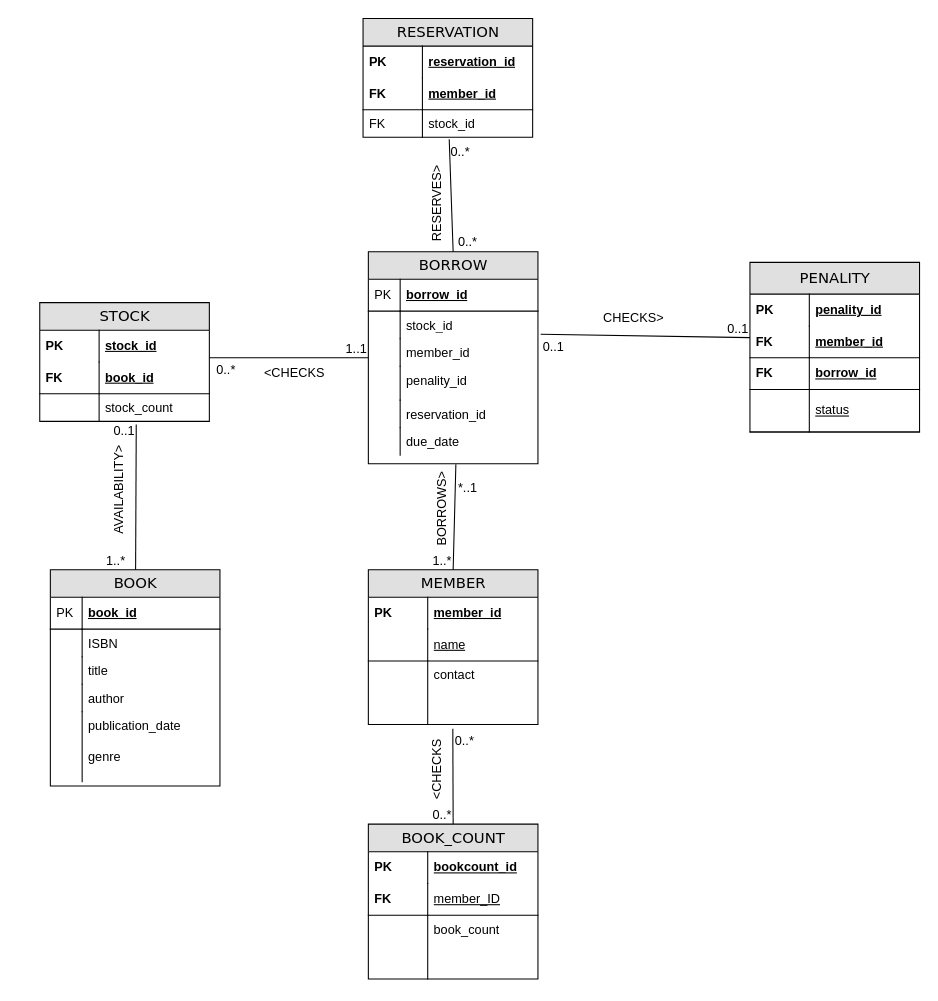
kaushik315/MScComputingDS keeps this draw.io diagram as erdiagram.drawio. Above is the earlier version. Source tidied: cells renumbered, new cells numbered last; positions are measured from the earlier drawing's top-left corner, leaving out a move shared by most shapes. Both pictures are drawn from the tidied source at 106%, with x=0, y=0 at pixel (39, 18).
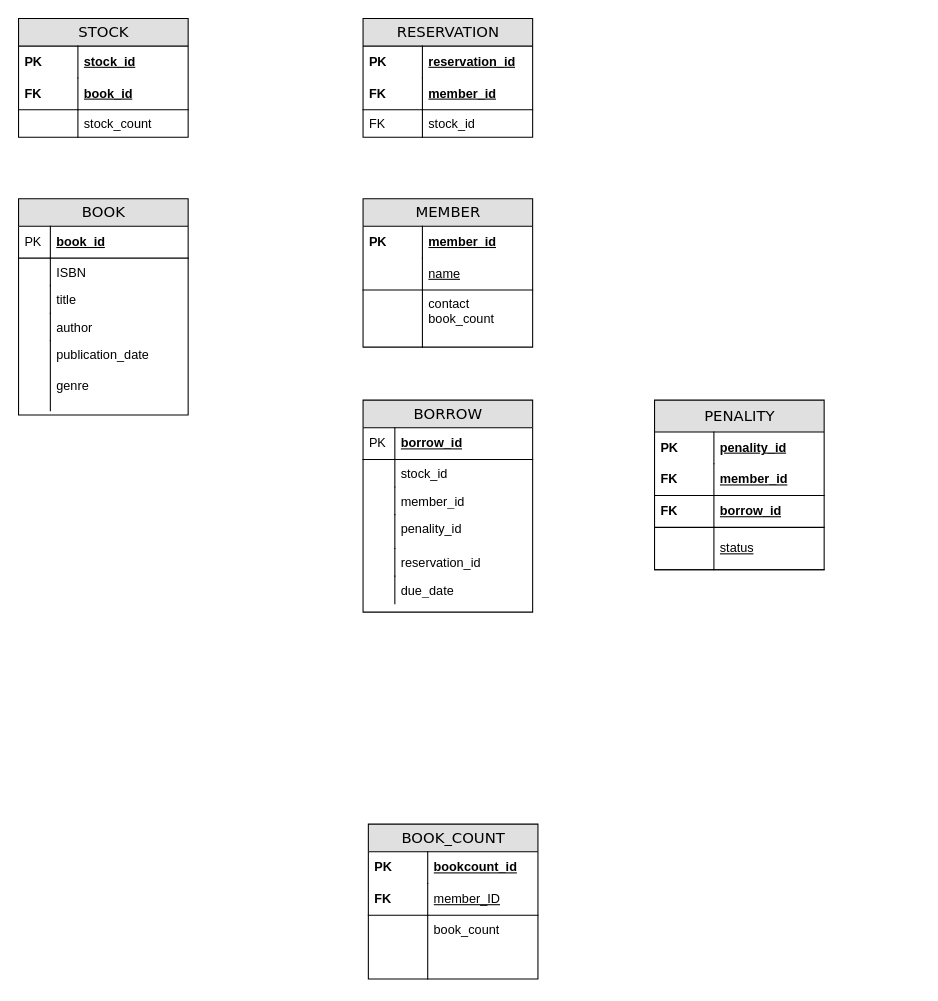
After the change.

The change refers to these unchanged cells:
```xml
<mxCell id="7" value="stock_count" style="shape=partialRectangle;top=0;left=0;right=0;bottom=0;html=1;align=left;verticalAlign=top;fillColor=none;spacingLeft=60;spacingRight=4;whiteSpace=wrap;overflow=hidden;points=[[0,0.5],[1,0.5]];portConstraint=eastwest;" parent="2" vertex="1">
  <mxGeometry y="86" width="160" height="26" as="geometry" />
</mxCell>
<mxCell id="39" value="stock_id" style="shape=partialRectangle;top=0;left=0;right=0;bottom=0;html=1;align=left;verticalAlign=top;fillColor=none;spacingLeft=34;spacingRight=4;whiteSpace=wrap;overflow=hidden;points=[[0,0.5],[1,0.5]];portConstraint=eastwest;" parent="36" vertex="1">
  <mxGeometry y="56" width="160" height="26" as="geometry" />
</mxCell>
<mxCell id="67" value="BOOK_COUNT" style="swimlane;html=1;fontStyle=0;horizontal=1;startSize=26;fillColor=#e0e0e0;swimlaneFillColor=#ffffff;align=center;rounded=0;shadow=0;comic=0;labelBackgroundColor=none;strokeWidth=1;fontFamily=Verdana;fontSize=14;" parent="1" vertex="1">
  <mxGeometry x="310" y="760" width="160" height="146" as="geometry" />
</mxCell>
<mxCell id="83" value="stock_id" style="shape=partialRectangle;top=0;left=0;right=0;bottom=0;html=1;align=left;verticalAlign=top;fillColor=none;spacingLeft=60;spacingRight=4;whiteSpace=wrap;overflow=hidden;points=[[0,0.5],[1,0.5]];portConstraint=eastwest;" parent="78" vertex="1">
  <mxGeometry y="86" width="160" height="26" as="geometry" />
</mxCell>
```

Change to the diagram source:
```diff
@@
     <mxCell id="2" value="STOCK" style="swimlane;html=1;fontStyle=0;horizontal=1;startSize=26;fillColor=#e0e0e0;swimlaneFillColor=#ffffff;align=center;rounded=0;shadow=0;comic=0;labelBackgroundColor=none;strokeWidth=1;fontFamily=Verdana;fontSize=14;" parent="1" vertex="1">
-      <mxGeometry y="268" width="160" height="112" as="geometry" />
+      <mxGeometry x="-20" width="160" height="112" as="geometry" />
     </mxCell>
@@
     <mxCell id="9" value="MEMBER" style="swimlane;html=1;fontStyle=0;horizontal=1;startSize=26;fillColor=#e0e0e0;swimlaneFillColor=#ffffff;align=center;rounded=0;shadow=0;comic=0;labelBackgroundColor=none;strokeWidth=1;fontFamily=Verdana;fontSize=14;" parent="1" vertex="1">
-      <mxGeometry x="310" y="520" width="160" height="146" as="geometry" />
+      <mxGeometry x="305" y="170" width="160" height="140" as="geometry" />
     </mxCell>
@@
-    <mxCell id="14" value="contact&lt;br&gt;" style="shape=partialRectangle;top=0;left=0;right=0;bottom=0;html=1;align=left;verticalAlign=top;fillColor=none;spacingLeft=60;spacingRight=4;whiteSpace=wrap;overflow=hidden;points=[[0,0.5],[1,0.5]];portConstraint=eastwest;" parent="9" vertex="1">
-      <mxGeometry y="86" width="160" height="60" as="geometry" />
+    <mxCell id="14" value="contact&lt;br&gt;book_count" style="shape=partialRectangle;top=0;left=0;right=0;bottom=0;html=1;align=left;verticalAlign=top;fillColor=none;spacingLeft=60;spacingRight=4;whiteSpace=wrap;overflow=hidden;points=[[0,0.5],[1,0.5]];portConstraint=eastwest;" parent="9" vertex="1">
+      <mxGeometry y="86" width="160" height="54" as="geometry" />
     </mxCell>
     <mxCell id="15" style="shape=partialRectangle;top=0;left=0;bottom=0;html=1;fillColor=none;align=left;verticalAlign=top;spacingLeft=4;spacingRight=4;whiteSpace=wrap;overflow=hidden;" parent="14" vertex="1">
-      <mxGeometry width="56" height="60" as="geometry" />
+      <mxGeometry width="56" height="54" as="geometry" />
     </mxCell>
     <mxCell id="16" value="PENALITY" style="swimlane;html=1;fontStyle=0;horizontal=1;startSize=30;fillColor=#e0e0e0;swimlaneFillColor=#ffffff;align=center;rounded=0;shadow=0;comic=0;labelBackgroundColor=none;strokeWidth=1;fontFamily=Verdana;fontSize=14;" parent="1" vertex="1">
-      <mxGeometry x="670" y="230" width="160" height="160" as="geometry" />
+      <mxGeometry x="580" y="360" width="160" height="160" as="geometry" />
     </mxCell>
@@
-    <mxCell id="25" value="BOOK" style="swimlane;html=1;fontStyle=0;horizontal=1;startSize=26;fillColor=#e0e0e0;swimlaneFillColor=#ffffff;align=center;rounded=0;shadow=0;comic=0;labelBackgroundColor=none;strokeWidth=1;fontFamily=Verdana;fontSize=14;" parent="1" vertex="1">
-      <mxGeometry x="10" y="520" width="160" height="204" as="geometry" />
+    <mxCell id="25" value="BOOK" style="swimlane;html=1;fontStyle=0;horizontal=1;startSize=26;fillColor=#e0e0e0;swimlaneFillColor=#ffffff;align=center;rounded=0;shadow=0;comic=0;labelBackgroundColor=none;strokeWidth=1;fontFamily=Verdana;fontSize=14;rotation=0;" parent="1" vertex="1">
+      <mxGeometry x="-20" y="170" width="160" height="204" as="geometry" />
     </mxCell>
-    <mxCell id="26" value="book_id" style="shape=partialRectangle;top=0;left=0;right=0;bottom=1;html=1;align=left;verticalAlign=middle;fillColor=none;spacingLeft=34;spacingRight=4;whiteSpace=wrap;overflow=hidden;fontStyle=5;" parent="25" vertex="1">
+    <mxCell id="26" value="book_id" style="shape=partialRectangle;top=0;left=0;right=0;bottom=1;html=1;align=left;verticalAlign=middle;fillColor=none;spacingLeft=34;spacingRight=4;whiteSpace=wrap;overflow=hidden;fontStyle=5;rotation=0;" parent="25" vertex="1">
       <mxGeometry y="26" width="160" height="30" as="geometry" />
     </mxCell>
-    <mxCell id="27" value="PK" style="shape=partialRectangle;top=0;left=0;bottom=0;html=1;fillColor=none;align=left;verticalAlign=middle;spacingLeft=4;spacingRight=4;whiteSpace=wrap;overflow=hidden;" parent="26" vertex="1">
+    <mxCell id="27" value="PK" style="shape=partialRectangle;top=0;left=0;bottom=0;html=1;fillColor=none;align=left;verticalAlign=middle;spacingLeft=4;spacingRight=4;whiteSpace=wrap;overflow=hidden;rotation=0;" parent="26" vertex="1">
       <mxGeometry width="30" height="30" as="geometry" />
     </mxCell>
-    <mxCell id="28" value="ISBN" style="shape=partialRectangle;top=0;left=0;right=0;bottom=0;html=1;align=left;verticalAlign=top;fillColor=none;spacingLeft=34;spacingRight=4;whiteSpace=wrap;overflow=hidden;" parent="25" vertex="1">
+    <mxCell id="28" value="ISBN" style="shape=partialRectangle;top=0;left=0;right=0;bottom=0;html=1;align=left;verticalAlign=top;fillColor=none;spacingLeft=34;spacingRight=4;whiteSpace=wrap;overflow=hidden;rotation=0;" parent="25" vertex="1">
       <mxGeometry y="56" width="160" height="26" as="geometry" />
     </mxCell>
-    <mxCell id="29" style="shape=partialRectangle;top=0;left=0;bottom=0;html=1;fillColor=none;align=left;verticalAlign=top;spacingLeft=4;spacingRight=4;whiteSpace=wrap;overflow=hidden;" parent="28" vertex="1">
+    <mxCell id="29" style="shape=partialRectangle;top=0;left=0;bottom=0;html=1;fillColor=none;align=left;verticalAlign=top;spacingLeft=4;spacingRight=4;whiteSpace=wrap;overflow=hidden;rotation=0;" parent="28" vertex="1">
       <mxGeometry width="30" height="26" as="geometry" />
     </mxCell>
-    <mxCell id="30" value="title" style="shape=partialRectangle;top=0;left=0;right=0;bottom=0;html=1;align=left;verticalAlign=top;fillColor=none;spacingLeft=34;spacingRight=4;whiteSpace=wrap;overflow=hidden;" parent="25" vertex="1">
+    <mxCell id="30" value="title" style="shape=partialRectangle;top=0;left=0;right=0;bottom=0;html=1;align=left;verticalAlign=top;fillColor=none;spacingLeft=34;spacingRight=4;whiteSpace=wrap;overflow=hidden;rotation=0;" parent="25" vertex="1">
       <mxGeometry y="82" width="160" height="26" as="geometry" />
     </mxCell>
-    <mxCell id="31" style="shape=partialRectangle;top=0;left=0;bottom=0;html=1;fillColor=none;align=left;verticalAlign=top;spacingLeft=4;spacingRight=4;whiteSpace=wrap;overflow=hidden;" parent="30" vertex="1">
+    <mxCell id="31" style="shape=partialRectangle;top=0;left=0;bottom=0;html=1;fillColor=none;align=left;verticalAlign=top;spacingLeft=4;spacingRight=4;whiteSpace=wrap;overflow=hidden;rotation=0;" parent="30" vertex="1">
       <mxGeometry width="30" height="26" as="geometry" />
     </mxCell>
-    <mxCell id="32" value="author" style="shape=partialRectangle;top=0;left=0;right=0;bottom=0;html=1;align=left;verticalAlign=top;fillColor=none;spacingLeft=34;spacingRight=4;whiteSpace=wrap;overflow=hidden;" parent="25" vertex="1">
+    <mxCell id="32" value="author" style="shape=partialRectangle;top=0;left=0;right=0;bottom=0;html=1;align=left;verticalAlign=top;fillColor=none;spacingLeft=34;spacingRight=4;whiteSpace=wrap;overflow=hidden;rotation=0;" parent="25" vertex="1">
       <mxGeometry y="108" width="160" height="26" as="geometry" />
     </mxCell>
-    <mxCell id="33" style="shape=partialRectangle;top=0;left=0;bottom=0;html=1;fillColor=none;align=left;verticalAlign=top;spacingLeft=4;spacingRight=4;whiteSpace=wrap;overflow=hidden;" parent="32" vertex="1">
+    <mxCell id="33" style="shape=partialRectangle;top=0;left=0;bottom=0;html=1;fillColor=none;align=left;verticalAlign=top;spacingLeft=4;spacingRight=4;whiteSpace=wrap;overflow=hidden;rotation=0;" parent="32" vertex="1">
       <mxGeometry width="30" height="26" as="geometry" />
     </mxCell>
-    <mxCell id="34" value="publication_date&lt;br&gt;&lt;br&gt;genre&lt;br&gt;" style="shape=partialRectangle;top=0;left=0;right=0;bottom=0;html=1;align=left;verticalAlign=top;fillColor=none;spacingLeft=34;spacingRight=4;whiteSpace=wrap;overflow=hidden;" parent="25" vertex="1">
+    <mxCell id="34" value="publication_date&lt;br&gt;&lt;br&gt;genre&lt;br&gt;" style="shape=partialRectangle;top=0;left=0;right=0;bottom=0;html=1;align=left;verticalAlign=top;fillColor=none;spacingLeft=34;spacingRight=4;whiteSpace=wrap;overflow=hidden;rotation=0;" parent="25" vertex="1">
       <mxGeometry y="134" width="160" height="66" as="geometry" />
     </mxCell>
-    <mxCell id="35" style="shape=partialRectangle;top=0;left=0;bottom=0;html=1;fillColor=none;align=left;verticalAlign=top;spacingLeft=4;spacingRight=4;whiteSpace=wrap;overflow=hidden;" parent="34" vertex="1">
+    <mxCell id="35" style="shape=partialRectangle;top=0;left=0;bottom=0;html=1;fillColor=none;align=left;verticalAlign=top;spacingLeft=4;spacingRight=4;whiteSpace=wrap;overflow=hidden;rotation=0;" parent="34" vertex="1">
       <mxGeometry width="30" height="66" as="geometry" />
     </mxCell>
     <mxCell id="36" value="BORROW" style="swimlane;html=1;fontStyle=0;horizontal=1;startSize=26;fillColor=#e0e0e0;swimlaneFillColor=#ffffff;align=center;rounded=0;shadow=0;comic=0;labelBackgroundColor=none;strokeWidth=1;fontFamily=Verdana;fontSize=14;" parent="1" vertex="1">
-      <mxGeometry x="310" y="220" width="160" height="200" as="geometry" />
+      <mxGeometry x="305" y="360" width="160" height="200" as="geometry" />
     </mxCell>
@@
-    <mxCell id="49" style="endArrow=none;html=1;rounded=0;entryX=0.5;entryY=0;entryDx=0;entryDy=0;exitX=0.972;exitY=0.919;exitDx=0;exitDy=0;exitPerimeter=0;" parent="1" edge="1" source="58" target="9">
-      <mxGeometry relative="1" as="geometry" />
-    </mxCell>
-    <mxCell id="50" value="*..1" style="html=1;whiteSpace=wrap;align=left;verticalAlign=bottom;" parent="49" vertex="1">
-      <mxGeometry x="-1" relative="1" as="geometry">
-        <mxPoint y="30" as="offset" />
-      </mxGeometry>
-    </mxCell>
-    <mxCell id="51" value="1..*" style="html=1;whiteSpace=wrap;align=right;verticalAlign=bottom;" parent="49" vertex="1">
-      <mxGeometry x="1" relative="1" as="geometry" />
-    </mxCell>
-    <mxCell id="52" style="endArrow=none;html=1;rounded=0;entryX=0.569;entryY=1.115;entryDx=0;entryDy=0;entryPerimeter=0;" parent="1" edge="1" source="25" target="7">
-      <mxGeometry relative="1" as="geometry" />
-    </mxCell>
-    <mxCell id="53" value="1..*" style="html=1;whiteSpace=wrap;align=left;verticalAlign=bottom;" parent="52" vertex="1">
-      <mxGeometry x="-1" relative="1" as="geometry">
-        <mxPoint x="-29" as="offset" />
-      </mxGeometry>
-    </mxCell>
-    <mxCell id="54" value="0..1" style="html=1;whiteSpace=wrap;align=right;verticalAlign=bottom;" parent="52" vertex="1">
-      <mxGeometry x="1" relative="1" as="geometry">
-        <mxPoint y="14" as="offset" />
-      </mxGeometry>
-    </mxCell>
-    <mxCell id="55" value="AVAILABILITY&amp;gt;" style="text;html=1;align=center;verticalAlign=middle;strokeColor=none;fillColor=none;rotation=-90;" parent="1" vertex="1">
-      <mxGeometry x="20" y="430" width="110" height="30" as="geometry" />
-    </mxCell>
-    <mxCell id="56" style="endArrow=none;html=1;rounded=0;exitX=0.508;exitY=1.073;exitDx=0;exitDy=0;exitPerimeter=0;entryX=0.5;entryY=0;entryDx=0;entryDy=0;" parent="1" edge="1" source="83" target="36">
-      <mxGeometry relative="1" as="geometry" />
-    </mxCell>
-    <mxCell id="57" value="0..*" style="html=1;whiteSpace=wrap;align=left;verticalAlign=bottom;" parent="56" vertex="1">
-      <mxGeometry x="-1" relative="1" as="geometry">
-        <mxPoint y="20" as="offset" />
-      </mxGeometry>
-    </mxCell>
-    <mxCell id="58" value="BORROWS&amp;gt;" style="text;html=1;align=center;verticalAlign=middle;points=[];strokeColor=none;fillColor=none;rotation=-90;" parent="1" vertex="1">
-      <mxGeometry x="335" y="448" width="90" height="30" as="geometry" />
-    </mxCell>
-    <mxCell id="59" style="endArrow=none;html=1;rounded=0;exitX=1.016;exitY=0.842;exitDx=0;exitDy=0;exitPerimeter=0;" parent="1" edge="1" source="39">
-      <mxGeometry relative="1" as="geometry">
-        <mxPoint x="670" y="301" as="targetPoint" />
-      </mxGeometry>
-    </mxCell>
-    <mxCell id="60" value="0..1" style="html=1;whiteSpace=wrap;align=left;verticalAlign=bottom;" parent="59" vertex="1">
-      <mxGeometry x="-1" relative="1" as="geometry">
-        <mxPoint y="20" as="offset" />
-      </mxGeometry>
-    </mxCell>
-    <mxCell id="61" value="0..1" style="html=1;whiteSpace=wrap;align=right;verticalAlign=bottom;" parent="59" vertex="1">
-      <mxGeometry x="1" relative="1" as="geometry" />
-    </mxCell>
-    <mxCell id="62" value="CHECKS&amp;gt;" style="text;html=1;align=center;verticalAlign=middle;strokeColor=none;fillColor=none;" parent="1" vertex="1">
-      <mxGeometry x="520" y="268" width="80" height="30" as="geometry" />
-    </mxCell>
-    <mxCell id="63" style="endArrow=none;html=1;rounded=0;" parent="1" edge="1">
-      <mxGeometry relative="1" as="geometry">
-        <mxPoint x="160" y="320" as="sourcePoint" />
-        <mxPoint x="310" y="320" as="targetPoint" />
-      </mxGeometry>
-    </mxCell>
-    <mxCell id="64" value="0..*" style="html=1;whiteSpace=wrap;align=left;verticalAlign=bottom;" parent="63" vertex="1">
-      <mxGeometry x="-1" relative="1" as="geometry">
-        <mxPoint x="5" y="20" as="offset" />
-      </mxGeometry>
-    </mxCell>
-    <mxCell id="65" value="1..1" style="html=1;whiteSpace=wrap;align=right;verticalAlign=bottom;" parent="63" vertex="1">
-      <mxGeometry x="1" relative="1" as="geometry" />
-    </mxCell>
-    <mxCell id="66" value="&amp;lt;CHECKS" style="text;html=1;align=center;verticalAlign=middle;strokeColor=none;fillColor=none;" parent="1" vertex="1">
-      <mxGeometry x="200" y="320" width="80" height="30" as="geometry" />
-    </mxCell>
@@
-    <mxCell id="74" style="endArrow=none;html=1;rounded=0;entryX=0.5;entryY=0;entryDx=0;entryDy=0;exitX=0.498;exitY=1.067;exitDx=0;exitDy=0;exitPerimeter=0;" parent="1" edge="1" source="14" target="67">
-      <mxGeometry relative="1" as="geometry" />
-    </mxCell>
-    <mxCell id="75" value="0..*" style="html=1;whiteSpace=wrap;align=left;verticalAlign=bottom;" parent="74" vertex="1">
-      <mxGeometry x="-1" relative="1" as="geometry">
-        <mxPoint y="20" as="offset" />
-      </mxGeometry>
-    </mxCell>
-    <mxCell id="76" value="0..*" style="html=1;whiteSpace=wrap;align=right;verticalAlign=bottom;" parent="74" vertex="1">
-      <mxGeometry x="1" relative="1" as="geometry" />
-    </mxCell>
-    <mxCell id="77" value="&amp;lt;CHECKS" style="text;html=1;align=center;verticalAlign=middle;strokeColor=none;fillColor=none;rotation=-90;" parent="1" vertex="1">
-      <mxGeometry x="335" y="694" width="80" height="30" as="geometry" />
-    </mxCell>
@@
-    <mxCell id="85" value="0..*" style="html=1;whiteSpace=wrap;align=right;verticalAlign=bottom;" parent="1" vertex="1">
-      <mxGeometry x="415" y="250" as="geometry">
-        <mxPoint x="-1" y="-31" as="offset" />
-      </mxGeometry>
-    </mxCell>
-    <mxCell id="86" value="RESERVES&amp;gt;" style="text;html=1;align=center;verticalAlign=middle;strokeColor=none;fillColor=none;rotation=-90;" parent="1" vertex="1">
-      <mxGeometry x="325" y="160" width="100" height="30" as="geometry" />
-    </mxCell>
```
